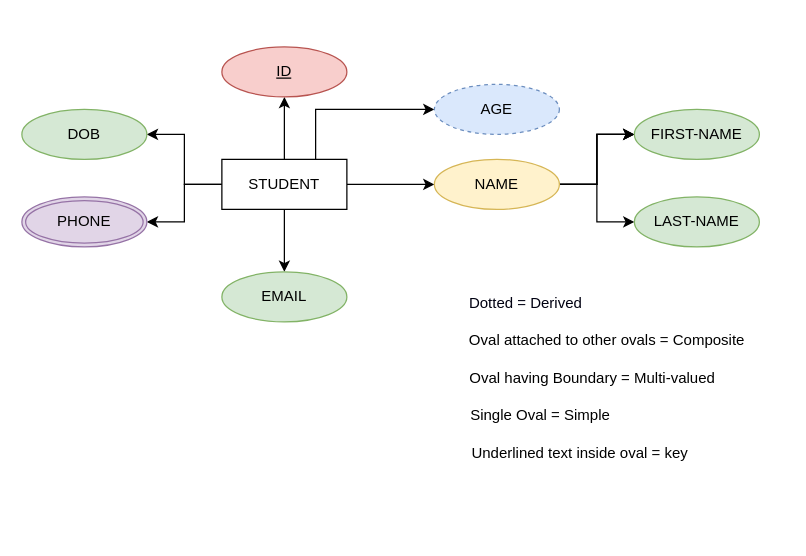
Before: ER-1.drawio in NIKHILSHADOW/BASICS-OF-DBMS, a draw.io diagram. Source tidied: cells renumbered, new cells numbered last; positions are measured from the earlier drawing's top-left corner, leaving out a move shared by most shapes. Both pictures are drawn from the tidied source at 125%, with x=0, y=0 at pixel (21, 46).
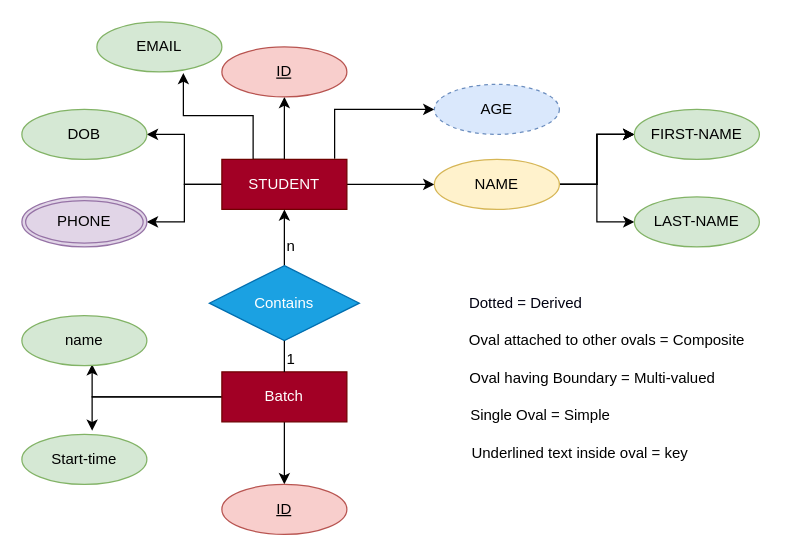
The same page after the edit.

Unchanged cells that the change refers to:
```xml
<mxCell id="10" value="ID" style="ellipse;whiteSpace=wrap;html=1;align=center;fontStyle=4;fillColor=#f8cecc;strokeColor=#b85450;" parent="1" vertex="1">
  <mxGeometry x="160" width="100" height="40" as="geometry" />
</mxCell>
<mxCell id="12" value="AGE" style="ellipse;whiteSpace=wrap;html=1;align=center;dashed=1;fillColor=#dae8fc;strokeColor=#6c8ebf;" parent="1" vertex="1">
  <mxGeometry x="330" y="30" width="100" height="40" as="geometry" />
</mxCell>
```

Change to the diagram source:
```diff
@@
-    <mxCell id="2" style="edgeStyle=orthogonalEdgeStyle;rounded=0;jettySize=auto;html=1;" parent="1" edge="1" source="8" target="9">
-      <mxGeometry relative="1" as="geometry" />
-    </mxCell>
-    <mxCell id="3" style="edgeStyle=orthogonalEdgeStyle;rounded=0;jettySize=auto;html=1;" parent="1" edge="1" source="8">
+    <mxCell id="3" style="edgeStyle=orthogonalEdgeStyle;rounded=0;jettySize=auto;html=1;exitX=0.25;exitY=0;exitDx=0;exitDy=0;entryX=0.5;entryY=1;entryDx=0;entryDy=0;" parent="1" edge="1" source="8" target="10">
       <mxGeometry relative="1" as="geometry">
-        <mxPoint x="210" y="40" as="targetPoint" />
+        <Array as="points">
+          <mxPoint x="210" y="90" />
+        </Array>
       </mxGeometry>
     </mxCell>
@@
-    <mxCell id="5" style="edgeStyle=orthogonalEdgeStyle;rounded=0;jettySize=auto;html=1;exitX=0.75;exitY=0;exitDx=0;exitDy=0;entryX=0;entryY=0.5;entryDx=0;entryDy=0;" parent="1" edge="1" source="8" target="12">
-      <mxGeometry relative="1" as="geometry" />
+    <mxCell id="5" style="edgeStyle=orthogonalEdgeStyle;rounded=0;jettySize=auto;html=1;exitX=0.902;exitY=-0.014;exitDx=0;exitDy=0;entryX=0;entryY=0.5;entryDx=0;entryDy=0;exitPerimeter=0;" parent="1" edge="1" source="8" target="12">
+      <mxGeometry relative="1" as="geometry">
+        <Array as="points">
+          <mxPoint x="250" y="50" />
+        </Array>
+      </mxGeometry>
     </mxCell>
@@
+    <mxCell id="2" style="edgeStyle=orthogonalEdgeStyle;rounded=0;jettySize=auto;html=1;exitX=0.25;exitY=0;exitDx=0;exitDy=0;entryX=0.692;entryY=1.024;entryDx=0;entryDy=0;entryPerimeter=0;" parent="1" edge="1" source="8" target="9">
+      <mxGeometry relative="1" as="geometry" />
+    </mxCell>
-    <mxCell id="8" value="STUDENT" style="whiteSpace=wrap;html=1;align=center;" parent="1" vertex="1">
+    <mxCell id="8" value="STUDENT" style="whiteSpace=wrap;html=1;align=center;fillColor=#a20025;fontColor=#ffffff;strokeColor=#6F0000;" parent="1" vertex="1">
       <mxGeometry x="160" y="90" width="100" height="40" as="geometry" />
     </mxCell>
     <mxCell id="9" value="EMAIL" style="ellipse;whiteSpace=wrap;html=1;align=center;fillColor=#d5e8d4;strokeColor=#82b366;" parent="1" vertex="1">
-      <mxGeometry x="160" y="180" width="100" height="40" as="geometry" />
+      <mxGeometry x="60" y="-20" width="100" height="40" as="geometry" />
     </mxCell>
@@
+    <mxCell id="26" style="edgeStyle=orthogonalEdgeStyle;rounded=0;jettySize=auto;html=1;" parent="1" edge="1" source="29" target="30">
+      <mxGeometry relative="1" as="geometry" />
+    </mxCell>
+    <mxCell id="27" style="edgeStyle=orthogonalEdgeStyle;rounded=0;jettySize=auto;html=1;exitX=0;exitY=0.5;exitDx=0;exitDy=0;entryX=0.562;entryY=0.973;entryDx=0;entryDy=0;entryPerimeter=0;" parent="1" edge="1" source="29" target="31">
+      <mxGeometry relative="1" as="geometry">
+        <Array as="points">
+          <mxPoint x="56" y="280" />
+        </Array>
+      </mxGeometry>
+    </mxCell>
+    <mxCell id="28" style="edgeStyle=orthogonalEdgeStyle;rounded=0;jettySize=auto;html=1;exitX=0;exitY=0.5;exitDx=0;exitDy=0;entryX=0.562;entryY=-0.074;entryDx=0;entryDy=0;entryPerimeter=0;" parent="1" edge="1" source="29" target="32">
+      <mxGeometry relative="1" as="geometry" />
+    </mxCell>
+    <mxCell id="29" value="Batch" style="whiteSpace=wrap;html=1;align=center;fillColor=#a20025;fontColor=#ffffff;strokeColor=#6F0000;" parent="1" vertex="1">
+      <mxGeometry x="160" y="260" width="100" height="40" as="geometry" />
+    </mxCell>
+    <mxCell id="30" value="ID" style="ellipse;whiteSpace=wrap;html=1;align=center;fontStyle=4;fillColor=#f8cecc;strokeColor=#b85450;" parent="1" vertex="1">
+      <mxGeometry x="160" y="350" width="100" height="40" as="geometry" />
+    </mxCell>
+    <mxCell id="31" value="name" style="ellipse;whiteSpace=wrap;html=1;align=center;fillColor=#d5e8d4;strokeColor=#82b366;" parent="1" vertex="1">
+      <mxGeometry y="215" width="100" height="40" as="geometry" />
+    </mxCell>
+    <mxCell id="32" value="Start-time" style="ellipse;whiteSpace=wrap;html=1;align=center;fillColor=#d5e8d4;strokeColor=#82b366;" parent="1" vertex="1">
+      <mxGeometry y="310" width="100" height="40" as="geometry" />
+    </mxCell>
+    <mxCell id="33" style="edgeStyle=orthogonalEdgeStyle;rounded=0;jettySize=auto;html=1;exitX=0.5;exitY=0;exitDx=0;exitDy=0;entryX=0.5;entryY=1;entryDx=0;entryDy=0;" parent="1" edge="1" source="34" target="8">
+      <mxGeometry relative="1" as="geometry" />
+    </mxCell>
+    <mxCell id="34" value="Contains" style="shape=rhombus;perimeter=rhombusPerimeter;whiteSpace=wrap;html=1;align=center;fillColor=#1ba1e2;fontColor=#ffffff;strokeColor=#006EAF;" parent="1" vertex="1">
+      <mxGeometry x="150" y="175" width="120" height="60" as="geometry" />
+    </mxCell>
+    <mxCell id="35" style="endArrow=none;html=1;rounded=0;entryX=0.5;entryY=0;entryDx=0;entryDy=0;exitX=0.5;exitY=1;exitDx=0;exitDy=0;" parent="1" edge="1" source="34" target="29">
+      <mxGeometry relative="1" as="geometry" />
+    </mxCell>
+    <mxCell id="36" value="1" style="text;html=1;align=center;verticalAlign=middle;strokeColor=none;fillColor=none;" parent="1" vertex="1">
+      <mxGeometry x="200" y="235" width="30" height="30" as="geometry" />
+    </mxCell>
+    <mxCell id="37" value="n" style="text;html=1;align=center;verticalAlign=middle;strokeColor=none;fillColor=none;" parent="1" vertex="1">
+      <mxGeometry x="200" y="145" width="30" height="30" as="geometry" />
+    </mxCell>
```
